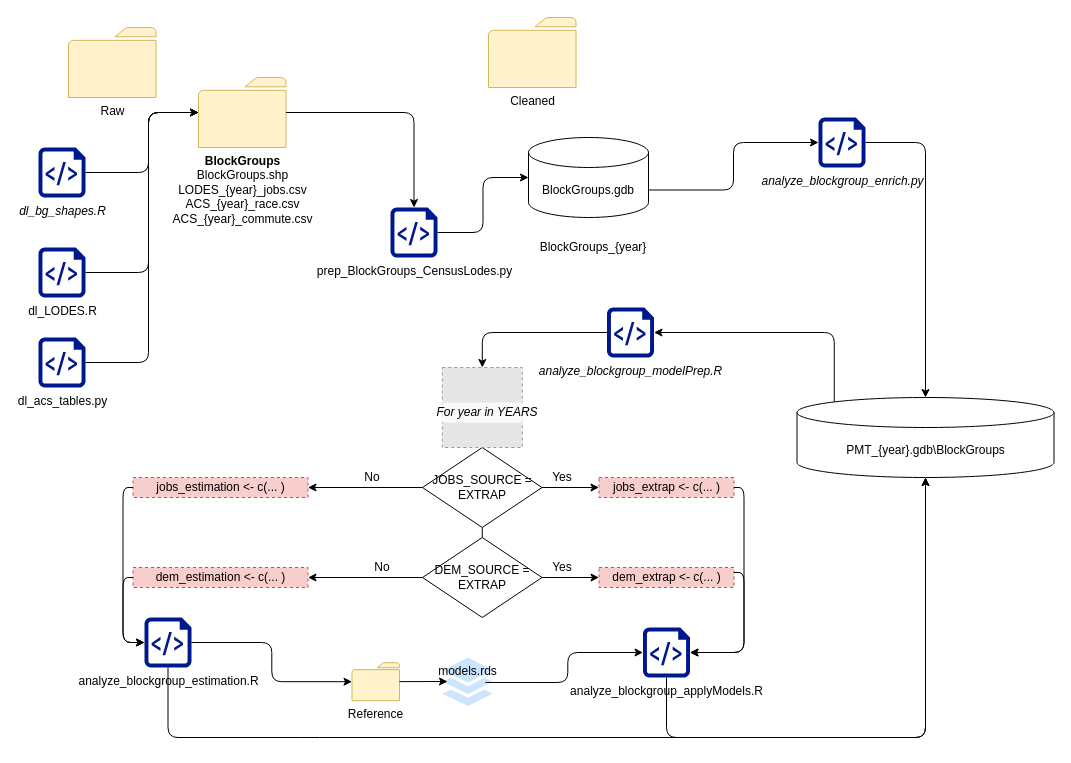
This is page "BG_Exrapolation" (3 of 3) of process_diagrams.drawio from renaissanceplanning/Miami-TOD-PMT, a draw.io file, before an edit. Source tidied: cells renumbered, new cells numbered last; positions are measured from the earlier drawing's top-left corner, leaving out a move shared by most shapes. Both pictures are drawn from the tidied source at 100%, with x=0, y=0 at pixel (38, 17). Pictures stored in the file or linked from it are replaced by grey dashed boxes.
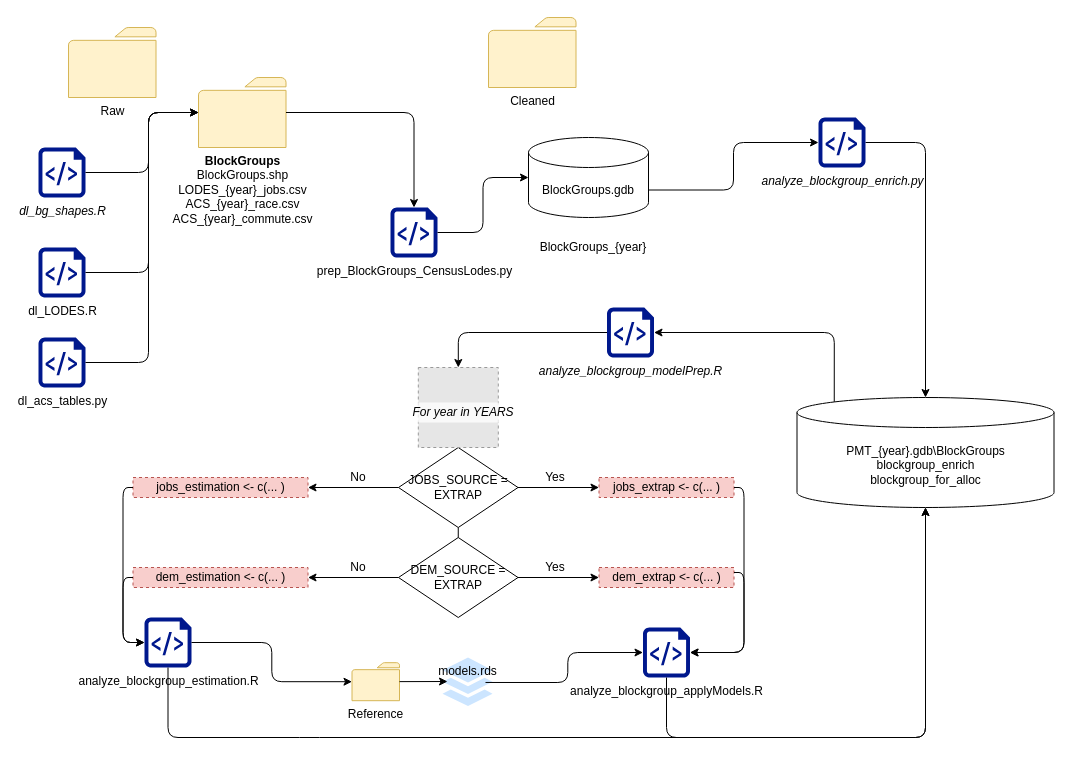
Above is the later version.

Change to the diagram source:
```diff
@@
-    <mxCell id="11" value="PMT_{year}.gdb\BlockGroups" style="shape=cylinder3;whiteSpace=wrap;html=1;boundedLbl=1;backgroundOutline=1;size=15;" parent="1" vertex="1">
-      <mxGeometry x="758.5" y="380" width="257" height="80" as="geometry" />
+    <mxCell id="11" value="&lt;div&gt;PMT_{year}.gdb\BlockGroups&lt;/div&gt;&lt;div&gt;blockgroup_enrich&lt;/div&gt;&lt;div&gt;blockgroup_for_alloc&lt;br&gt;&lt;/div&gt;" style="shape=cylinder3;whiteSpace=wrap;html=1;boundedLbl=1;backgroundOutline=1;size=15;" parent="1" vertex="1">
+      <mxGeometry x="758.5" y="380" width="257" height="110" as="geometry" />
     </mxCell>
@@
     <mxCell id="14" value="JOBS_SOURCE = EXTRAP" style="rhombus;whiteSpace=wrap;html=1;" parent="1" vertex="1">
-      <mxGeometry x="384" y="430" width="119.5" height="80" as="geometry" />
+      <mxGeometry x="360" y="430" width="119.5" height="80" as="geometry" />
     </mxCell>
     <mxCell id="15" value="DEM_SOURCE = EXTRAP" style="rhombus;whiteSpace=wrap;html=1;" parent="1" vertex="1">
-      <mxGeometry x="384" y="520" width="119.5" height="80" as="geometry" />
+      <mxGeometry x="360" y="520" width="119.5" height="80" as="geometry" />
     </mxCell>
@@
     <mxCell id="19" value="No" style="text;html=1;strokeColor=none;fillColor=none;align=center;verticalAlign=middle;whiteSpace=wrap;rounded=0;dashed=1;" parent="1" vertex="1">
-      <mxGeometry x="323.5" y="540" width="40" height="20" as="geometry" />
+      <mxGeometry x="299.5" y="540" width="40" height="20" as="geometry" />
     </mxCell>
@@
     <mxCell id="22" value="No" style="text;html=1;strokeColor=none;fillColor=none;align=center;verticalAlign=middle;whiteSpace=wrap;rounded=0;dashed=1;" parent="1" vertex="1">
-      <mxGeometry x="313.5" y="450" width="40" height="20" as="geometry" />
+      <mxGeometry x="299.5" y="450" width="40" height="20" as="geometry" />
     </mxCell>
     <mxCell id="23" style="fillColor=#E6E6E6;strokeColor=#999999;dashed=1;html=1;verticalAlign=top;verticalLabelPosition=bottom;labelBackgroundColor=#ffffff;" parent="1" vertex="1">
-      <mxGeometry x="403.8" y="350" width="80" height="80" as="geometry" />
+      <mxGeometry x="379.8" y="350" width="80" height="80" as="geometry" />
     </mxCell>
@@
     <mxCell id="29" value="Yes" style="text;html=1;strokeColor=none;fillColor=none;align=center;verticalAlign=middle;whiteSpace=wrap;rounded=0;dashed=1;" parent="1" vertex="1">
-      <mxGeometry x="503.5" y="450" width="40" height="20" as="geometry" />
+      <mxGeometry x="496.5" y="450" width="40" height="20" as="geometry" />
     </mxCell>
     <mxCell id="30" value="Yes" style="text;html=1;strokeColor=none;fillColor=none;align=center;verticalAlign=middle;whiteSpace=wrap;rounded=0;dashed=1;" parent="1" vertex="1">
-      <mxGeometry x="503.5" y="540" width="40" height="20" as="geometry" />
+      <mxGeometry x="496.5" y="540" width="40" height="20" as="geometry" />
     </mxCell>
@@
     <mxCell id="52" value="For year in YEARS" style="text;html=1;align=center;verticalAlign=middle;whiteSpace=wrap;rounded=0;dashed=1;fontStyle=2;fillColor=#FFFFFF;opacity=75;" parent="1" vertex="1">
-      <mxGeometry x="363.5" y="385" width="170" height="20" as="geometry" />
+      <mxGeometry x="339.5" y="385" width="170" height="20" as="geometry" />
     </mxCell>
```
